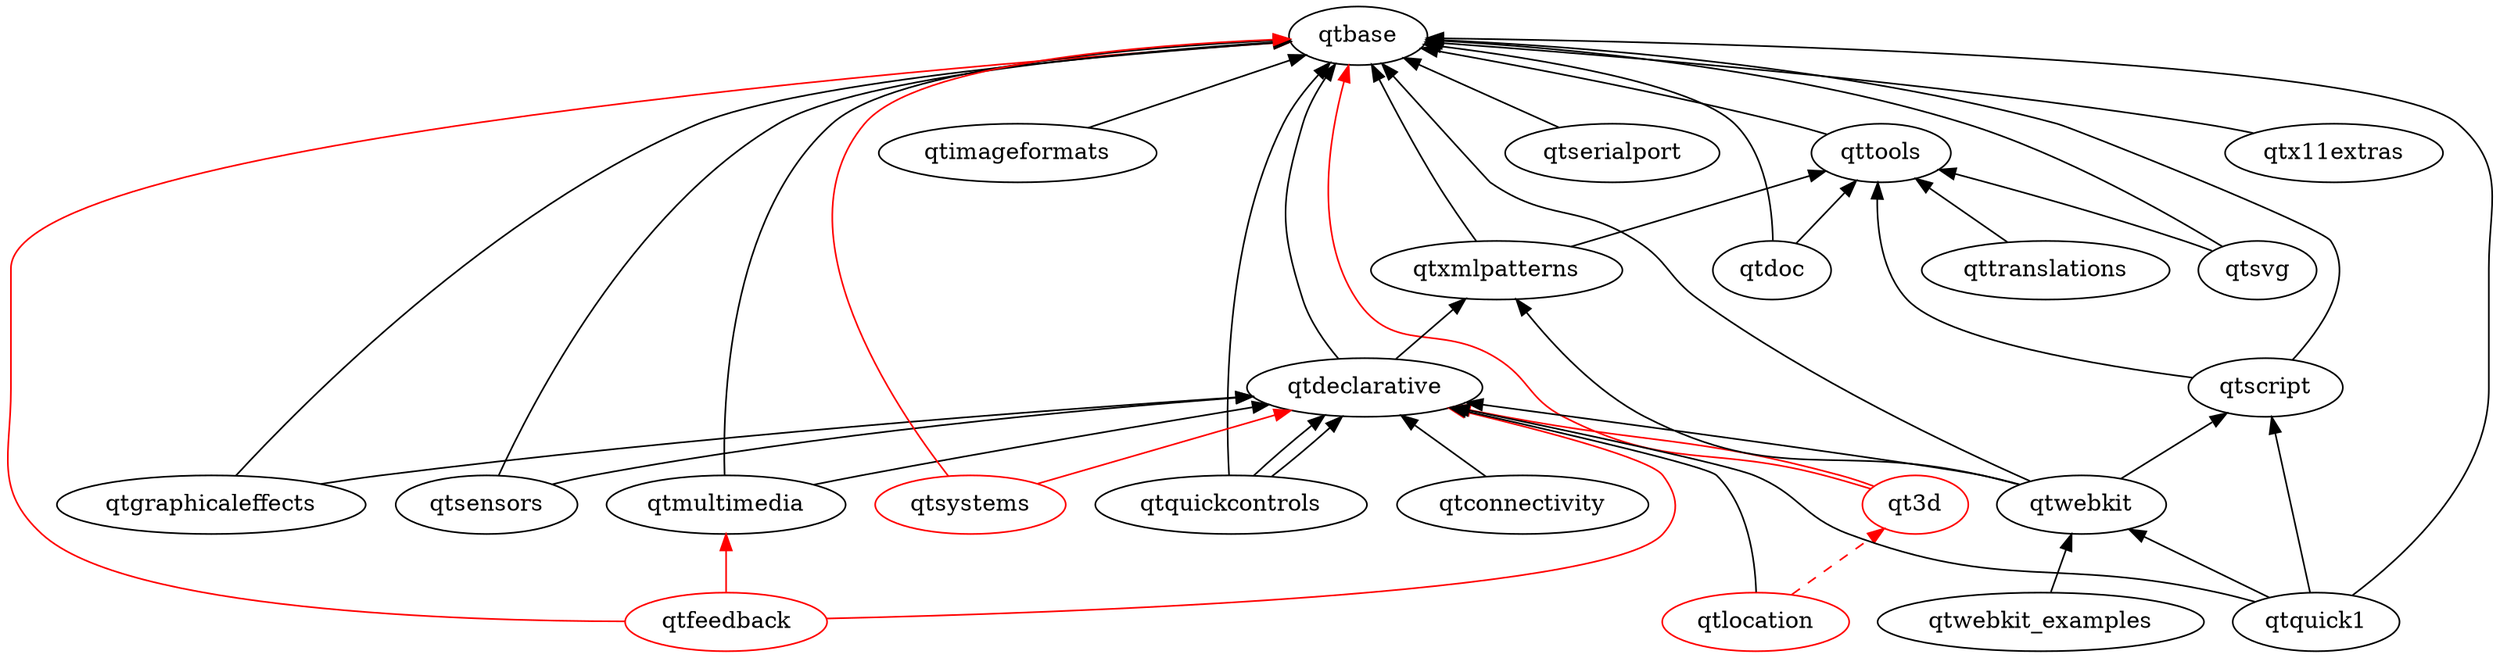
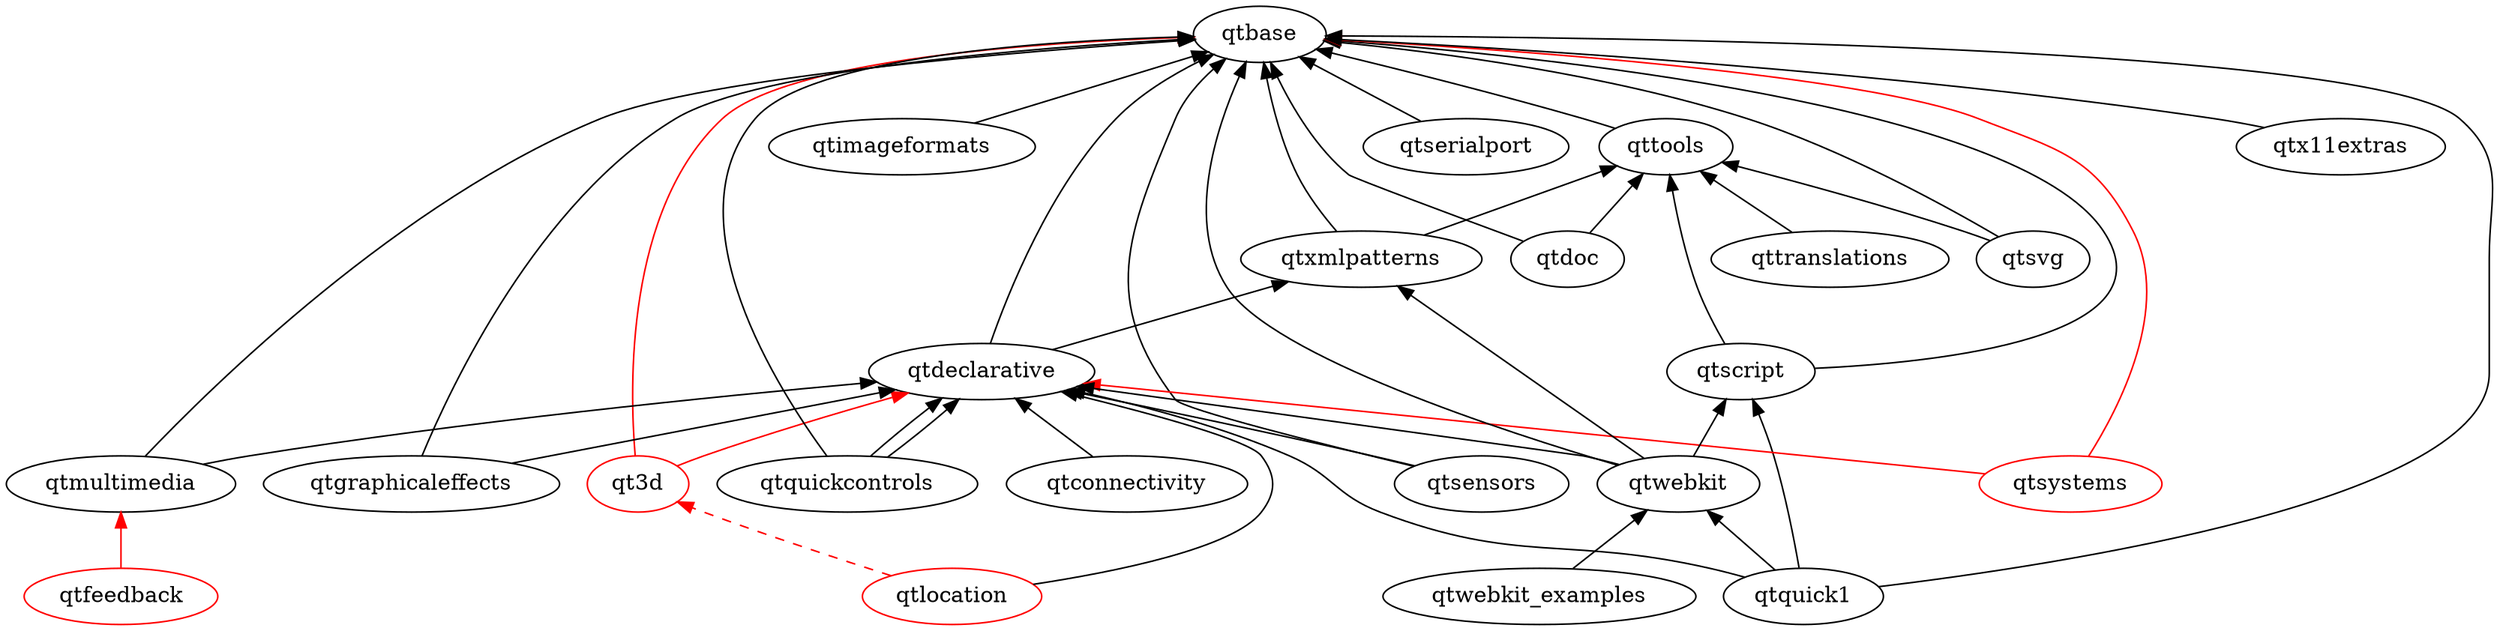
digraph qt5 {
  graph [
    rankdir = "BT"
  ]

  qt3d [ color = red ]
  qtbase
  qtconnectivity
  qtdeclarative
  qtdoc
  qtfeedback [ color = red ]
  qtgraphicaleffects
  qtimageformats
  qtlocation [color = red]
  qtmultimedia
  qtquick1
  qtquickcontrols
  qtscript
  qtsensors
  qtserialport
  qtsvg
  qtsystems [ color = red ]
  qttools
  qttranslations
  qtwebkit
  qtwebkit_examples
  qtx11extras
  qtxmlpatterns

  qtconnectivity -> qtdeclarative
  qtdeclarative -> qtbase
  qtdeclarative -> qtxmlpatterns
  qtdoc -> qtbase
  qtdoc -> qttools
  qtgraphicaleffects -> qtbase
  qtgraphicaleffects -> qtdeclarative
  qtimageformats -> qtbase
  qtmultimedia -> qtbase
  qtmultimedia -> qtdeclarative
  qtquick1 -> qtbase
  qtquick1 -> qtdeclarative
  qtquick1 -> qtscript
  qtquick1 -> qtwebkit
  qtquickcontrols -> qtbase
  qtquickcontrols -> qtdeclarative
  qtquickcontrols -> qtdeclarative
  qtsensors -> qtbase
  qtsensors -> qtdeclarative
  qtserialport -> qtbase
  qtscript -> qtbase
  qtscript -> qttools
  qtsvg -> qtbase
  qtsvg -> qttools
  qttools -> qtbase
  qttranslations -> qttools
  qtwebkit -> qtbase
  qtwebkit -> qtdeclarative
  qtwebkit -> qtscript
  qtwebkit -> qtxmlpatterns
  qtwebkit_examples -> qtwebkit
  qtx11extras -> qtbase
  qtxmlpatterns -> qtbase
  qtxmlpatterns -> qttools

  // unsure/not-uploaded
  qt3d -> qtbase [ color = red ]
  qt3d -> qtdeclarative [ color = red ]
-   qtfeedback -> qtbase [ color = red ]
-   qtfeedback -> qtdeclarative [ color = red ]
  qtfeedback -> qtmultimedia [ color = red ]
  qtlocation -> qt3d [color = red style = dashed]
  qtlocation -> qtdeclarative
  qtsystems -> qtbase [ color = red ]
  qtsystems -> qtdeclarative [ color = red ]
}
